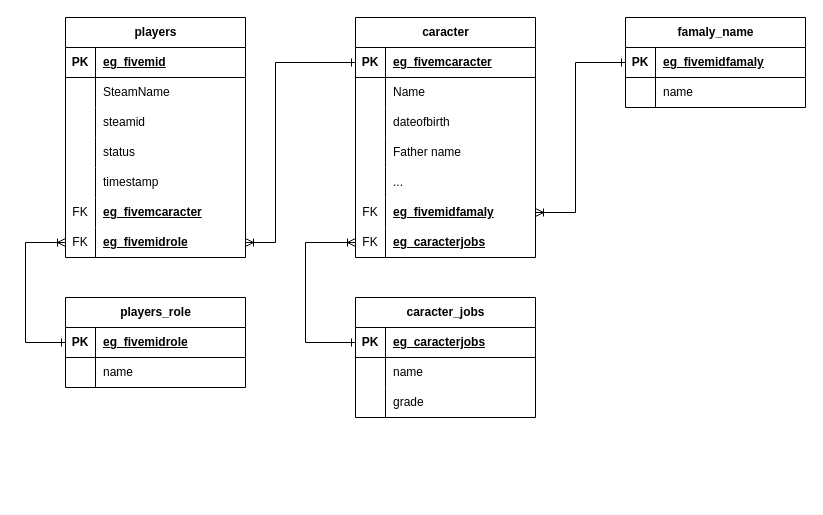
Above: EGSolutions/Designs/Diagrams/FivemDatabase.drawio in Fevereiro2/Docs (draw.io), before the change. Source tidied: cells renumbered, new cells numbered last; positions are measured from the earlier drawing's top-left corner, leaving out a move shared by most shapes. Both pictures are drawn from the tidied source at 100%, with x=0, y=0 at pixel (25, 17).
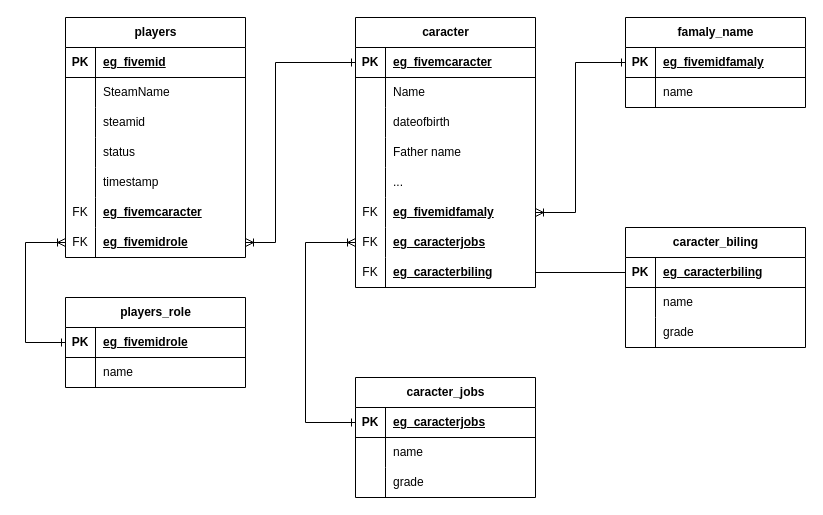
After the change.

Commit message:
Create new table eg_caracter_billing

The change refers to these unchanged cells:
```xml
<mxCell id="43" style="shape=tableRow;horizontal=0;startSize=0;swimlaneHead=0;swimlaneBody=0;fillColor=none;points=[[0,0.5],[1,0.5]];portConstraint=eastwest;top=0;left=0;right=0;bottom=0;" parent="24" vertex="1">
  <mxGeometry y="210" width="180" height="30" as="geometry" />
</mxCell>
<mxCell id="64" style="shape=tableRow;horizontal=0;startSize=0;swimlaneHead=0;swimlaneBody=0;fillColor=none;points=[[0,0.5],[1,0.5]];portConstraint=eastwest;top=0;left=0;right=0;bottom=1;" parent="63" vertex="1">
  <mxGeometry y="30" width="180" height="30" as="geometry" />
</mxCell>
```

Change to the diagram source:
```diff
@@
     <mxCell id="24" value="caracter" style="shape=table;startSize=30;childLayout=tableLayout;rowLines=0;fontStyle=1;align=center;html=1;" parent="1" vertex="1">
-      <mxGeometry x="330" width="180" height="240" as="geometry" />
+      <mxGeometry x="330" width="180" height="270" as="geometry" />
     </mxCell>
@@
+    <mxCell id="74" style="shape=tableRow;horizontal=0;startSize=0;swimlaneHead=0;swimlaneBody=0;fillColor=none;points=[[0,0.5],[1,0.5]];portConstraint=eastwest;top=0;left=0;right=0;bottom=0;" parent="24" vertex="1">
+      <mxGeometry y="240" width="180" height="30" as="geometry" />
+    </mxCell>
+    <mxCell id="75" value="FK" style="shape=partialRectangle;fillColor=none;top=0;left=0;bottom=0;right=0;overflow=hidden;whiteSpace=wrap;html=1;" parent="74" vertex="1">
+      <mxGeometry width="30" height="30" as="geometry" />
+    </mxCell>
+    <mxCell id="76" value="&lt;span style=&quot;font-weight: 700; text-decoration-line: underline;&quot;&gt;eg_caracterbiling&lt;/span&gt;" style="shape=partialRectangle;fillColor=none;top=0;left=0;bottom=0;right=0;align=left;spacingLeft=6;overflow=hidden;whiteSpace=wrap;html=1;" parent="74" vertex="1">
+      <mxGeometry x="30" width="150" height="30" as="geometry" />
+    </mxCell>
@@
     <mxCell id="63" value="caracter_jobs" style="shape=table;startSize=30;childLayout=tableLayout;rowLines=0;fontStyle=1;align=center;html=1;" parent="1" vertex="1">
-      <mxGeometry x="330" y="280" width="180" height="120" as="geometry" />
+      <mxGeometry x="330" y="360" width="180" height="120" as="geometry" />
     </mxCell>
@@
     <mxCell id="73" style="endArrow=ERoneToMany;html=1;rounded=0;exitX=0;exitY=0.5;exitDx=0;exitDy=0;entryX=0;entryY=0.5;entryDx=0;entryDy=0;startArrow=ERone;startFill=0;endFill=0;" parent="1" edge="1" source="64" target="43">
       <mxGeometry relative="1" as="geometry">
         <Array as="points">
-          <mxPoint x="280" y="325" />
+          <mxPoint x="280" y="405" />
           <mxPoint x="280" y="225" />
         </Array>
       </mxGeometry>
     </mxCell>
+    <mxCell id="77" value="caracter_biling" style="shape=table;startSize=30;childLayout=tableLayout;rowLines=0;fontStyle=1;align=center;html=1;" parent="1" vertex="1">
+      <mxGeometry x="600" y="210" width="180" height="120" as="geometry" />
+    </mxCell>
+    <mxCell id="78" style="shape=tableRow;horizontal=0;startSize=0;swimlaneHead=0;swimlaneBody=0;fillColor=none;points=[[0,0.5],[1,0.5]];portConstraint=eastwest;top=0;left=0;right=0;bottom=1;" parent="77" vertex="1">
+      <mxGeometry y="30" width="180" height="30" as="geometry" />
+    </mxCell>
+    <mxCell id="79" value="PK" style="shape=partialRectangle;fillColor=none;top=0;left=0;bottom=0;right=0;fontStyle=1;overflow=hidden;whiteSpace=wrap;html=1;" parent="78" vertex="1">
+      <mxGeometry width="30" height="30" as="geometry" />
+    </mxCell>
+    <mxCell id="80" value="eg_caracterbiling" style="shape=partialRectangle;fillColor=none;top=0;left=0;bottom=0;right=0;align=left;spacingLeft=6;fontStyle=5;overflow=hidden;whiteSpace=wrap;html=1;" parent="78" vertex="1">
+      <mxGeometry x="30" width="150" height="30" as="geometry" />
+    </mxCell>
+    <mxCell id="81" style="shape=tableRow;horizontal=0;startSize=0;swimlaneHead=0;swimlaneBody=0;fillColor=none;top=0;left=0;right=0;bottom=0;" parent="77" vertex="1">
+      <mxGeometry y="60" width="180" height="30" as="geometry" />
+    </mxCell>
+    <mxCell id="82" style="shape=partialRectangle;fillColor=none;top=0;left=0;bottom=0;right=0;overflow=hidden;whiteSpace=wrap;html=1;" parent="81" vertex="1">
+      <mxGeometry width="30" height="30" as="geometry" />
+    </mxCell>
+    <mxCell id="83" value="name" style="shape=partialRectangle;fillColor=none;top=0;left=0;bottom=0;right=0;align=left;spacingLeft=6;overflow=hidden;whiteSpace=wrap;html=1;" parent="81" vertex="1">
+      <mxGeometry x="30" width="150" height="30" as="geometry" />
+    </mxCell>
+    <mxCell id="84" style="shape=tableRow;horizontal=0;startSize=0;swimlaneHead=0;swimlaneBody=0;fillColor=none;top=0;left=0;right=0;bottom=0;" parent="77" vertex="1">
+      <mxGeometry y="90" width="180" height="30" as="geometry" />
+    </mxCell>
+    <mxCell id="85" style="shape=partialRectangle;fillColor=none;top=0;left=0;bottom=0;right=0;overflow=hidden;whiteSpace=wrap;html=1;" parent="84" vertex="1">
+      <mxGeometry width="30" height="30" as="geometry" />
+    </mxCell>
+    <mxCell id="86" value="grade" style="shape=partialRectangle;fillColor=none;top=0;left=0;bottom=0;right=0;align=left;spacingLeft=6;overflow=hidden;whiteSpace=wrap;html=1;" parent="84" vertex="1">
+      <mxGeometry x="30" width="150" height="30" as="geometry" />
+    </mxCell>
+    <mxCell id="87" style="endArrow=none;html=1;rounded=0;entryX=1;entryY=0.5;entryDx=0;entryDy=0;exitX=0;exitY=0.5;exitDx=0;exitDy=0;" parent="1" edge="1" source="78" target="74">
+      <mxGeometry relative="1" as="geometry" />
+    </mxCell>
```
